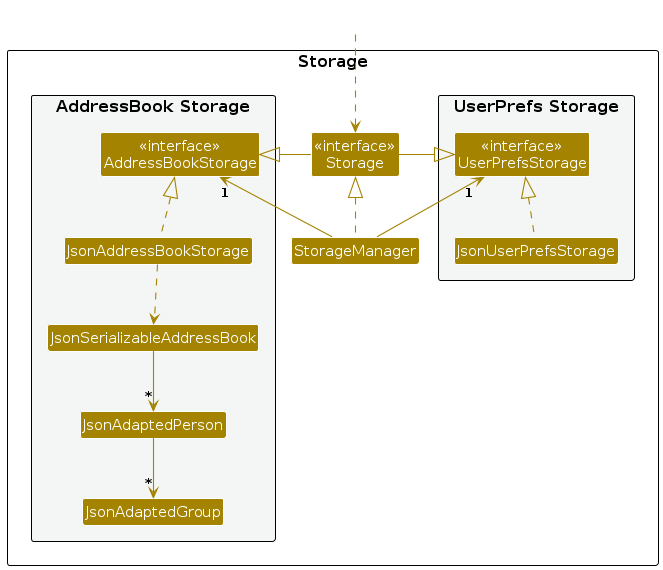
This is diagrams/StorageClassDiagram.png from STELLA-LYE/tp, a PlantUML export, as it was before one commit. Its source is kept beside it as diagrams/StorageClassDiagram.puml.
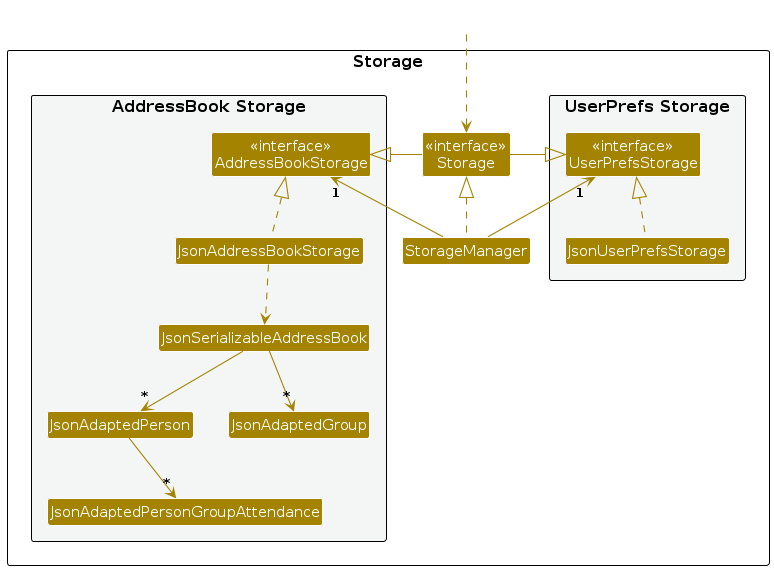
Above is the later version.

What changed in the source:
```diff
@@ -20,6 +20,7 @@
 Class JsonSerializableAddressBook
 Class JsonAdaptedPerson
 Class JsonAdaptedGroup
+class JsonAdaptedPersonGroupAttendance
 }
 
 }
@@ -38,6 +39,7 @@
 JsonAddressBookStorage .up.|> AddressBookStorage
 JsonAddressBookStorage ..> JsonSerializableAddressBook
 JsonSerializableAddressBook --> "*" JsonAdaptedPerson
-JsonAdaptedPerson --> "*" JsonAdaptedGroup
+JsonSerializableAddressBook --> "*" JsonAdaptedGroup
+JsonAdaptedPerson --> "*" JsonAdaptedPersonGroupAttendance
 
 @enduml
```
